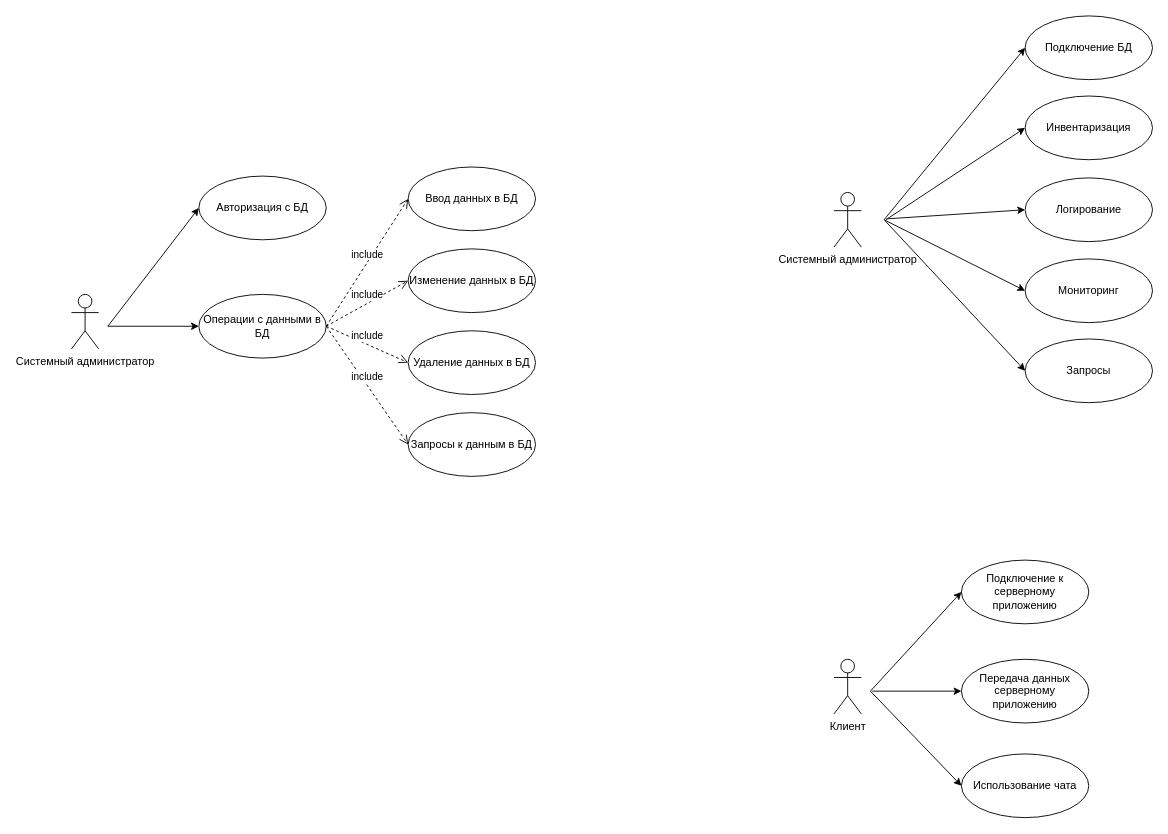
Earlier version of the draw.io diagram Use Case Diagram.drawio (OhotnikovV/AvIS). Source tidied: cells renumbered, new cells numbered last; positions are measured from the earlier drawing's top-left corner, leaving out a move shared by most shapes. Both pictures are drawn from the tidied source at 91%, with x=0, y=0 at pixel (71, 15).
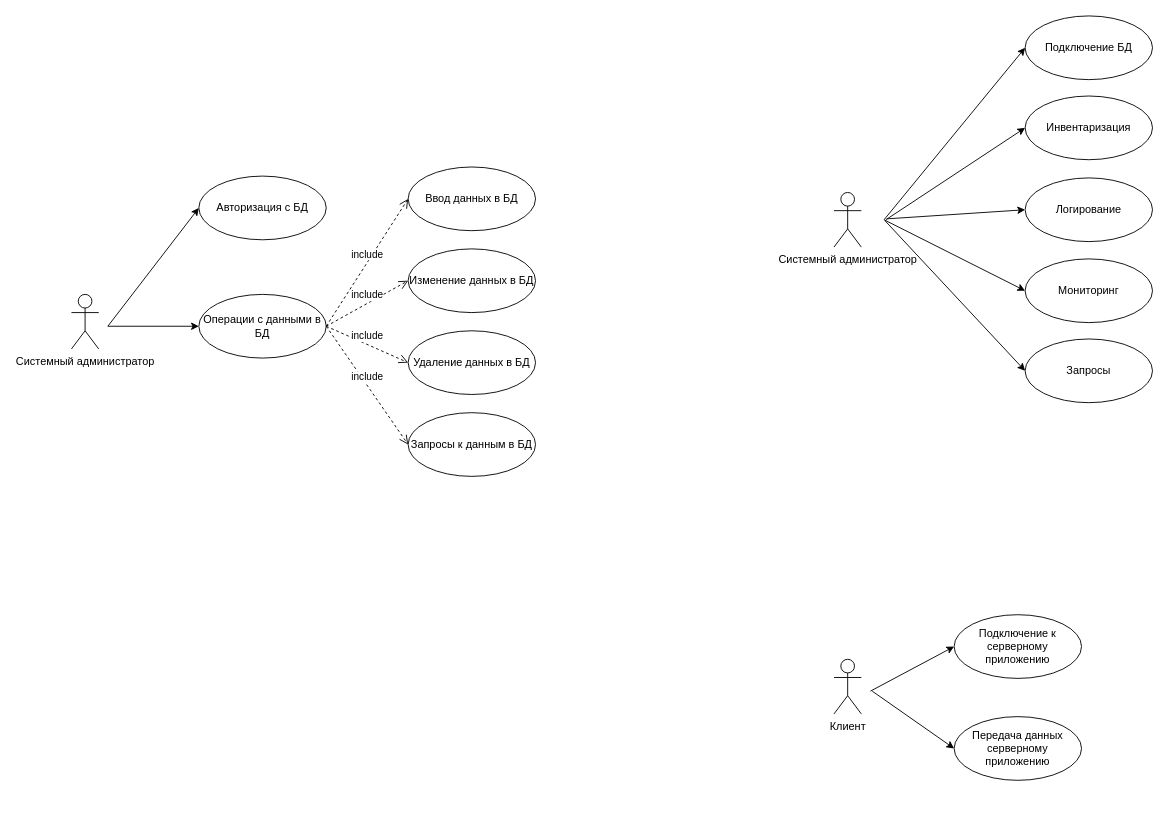
Above is the later version.

What changed in the source:
```diff
@@
-    <mxCell id="16" value="Использование чата" style="ellipse;whiteSpace=wrap;html=1;" parent="1" vertex="1">
-      <mxGeometry x="978" y="811" width="140" height="70" as="geometry" />
-    </mxCell>
-    <mxCell id="17" style="endArrow=classic;html=1;entryX=0;entryY=0.5;entryDx=0;entryDy=0;" parent="1" edge="1" target="16">
-      <mxGeometry relative="1" as="geometry">
-        <mxPoint x="878" y="742" as="sourcePoint" />
-      </mxGeometry>
-    </mxCell>
@@
     <mxCell id="23" value="Передача данных серверному приложению" style="ellipse;whiteSpace=wrap;html=1;" parent="1" vertex="1">
-      <mxGeometry x="978" y="707" width="140" height="70" as="geometry" />
+      <mxGeometry x="970" y="770" width="140" height="70" as="geometry" />
     </mxCell>
@@
     <mxCell id="31" value="Подключение к серверному приложению" style="ellipse;whiteSpace=wrap;html=1;" parent="1" vertex="1">
-      <mxGeometry x="978" y="598" width="140" height="70" as="geometry" />
+      <mxGeometry x="970" y="658" width="140" height="70" as="geometry" />
     </mxCell>
```
